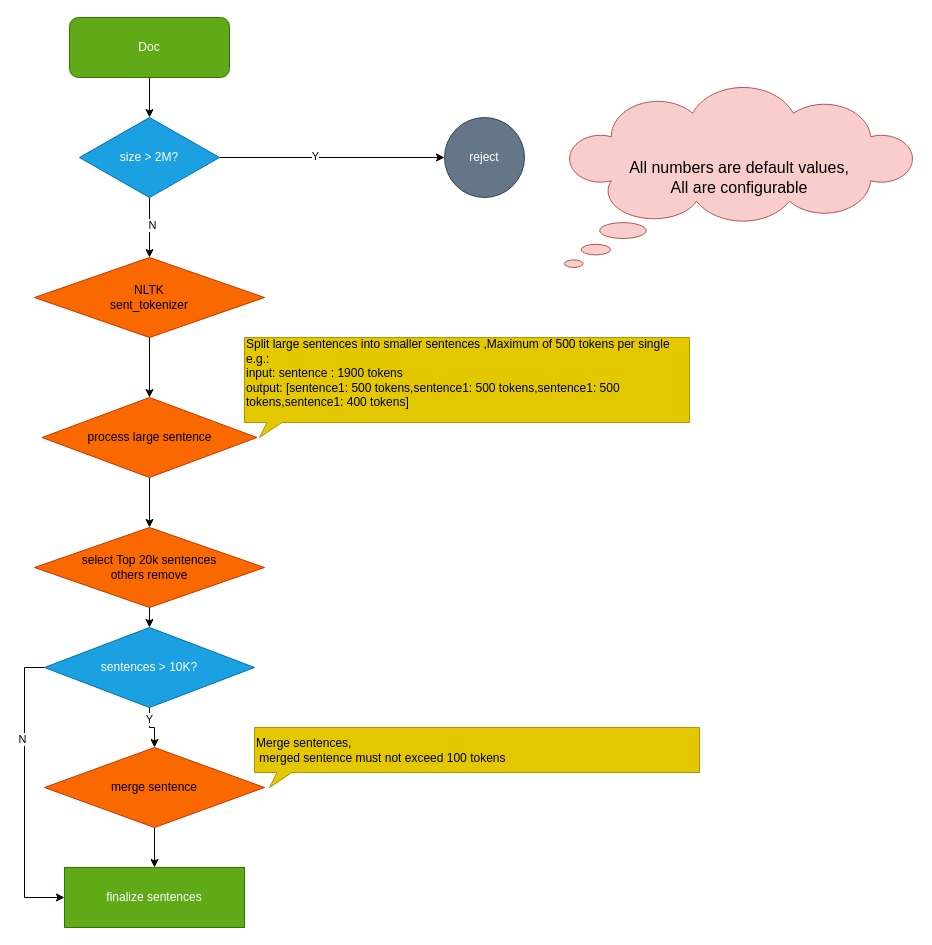
The draw.io diagram LLM/sentences.drawio in Ice-YcY/Diagram, before the edit. Source tidied: cells renumbered, new cells numbered last; positions are measured from the earlier drawing's top-left corner, leaving out a move shared by most shapes. Both pictures are drawn from the tidied source at 100%, with x=0, y=0 at pixel (34, 17).
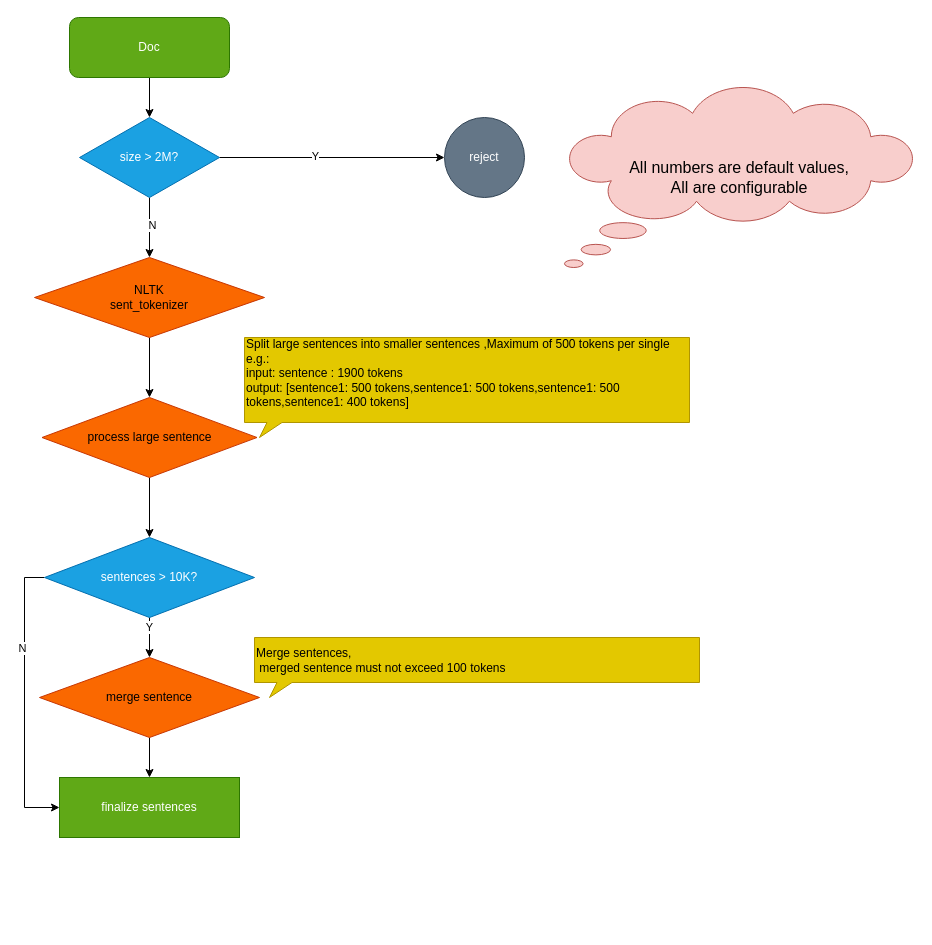
Above is the later version.

The change refers to these unchanged cells:
```xml
<mxCell id="13" value="process large sentence" style="rhombus;whiteSpace=wrap;html=1;fillColor=#fa6800;fontColor=#000000;strokeColor=#C73500;" parent="1" vertex="1">
  <mxGeometry x="7.5" y="380" width="215" height="80" as="geometry" />
</mxCell>
```

What changed in the source:
```diff
@@
-    <mxCell id="12" style="edgeStyle=orthogonalEdgeStyle;rounded=0;jettySize=auto;html=1;exitX=0.5;exitY=1;exitDx=0;exitDy=0;entryX=0.5;entryY=0;entryDx=0;entryDy=0;" parent="1" edge="1" source="13" target="16">
+    <mxCell id="12" style="edgeStyle=orthogonalEdgeStyle;rounded=0;jettySize=auto;html=1;exitX=0.5;exitY=1;exitDx=0;exitDy=0;entryX=0.5;entryY=0;entryDx=0;entryDy=0;" parent="1" edge="1" source="13" target="21">
       <mxGeometry relative="1" as="geometry" />
     </mxCell>
@@
-    <mxCell id="15" style="edgeStyle=orthogonalEdgeStyle;rounded=0;jettySize=auto;html=1;exitX=0.5;exitY=1;exitDx=0;exitDy=0;entryX=0.5;entryY=0;entryDx=0;entryDy=0;" parent="1" edge="1" source="16" target="21">
-      <mxGeometry relative="1" as="geometry" />
-    </mxCell>
-    <mxCell id="16" value="select Top 20k sentences&lt;div&gt;others remove&lt;/div&gt;" style="rhombus;whiteSpace=wrap;html=1;fillColor=#fa6800;fontColor=#000000;strokeColor=#C73500;" parent="1" vertex="1">
-      <mxGeometry y="510" width="230" height="80" as="geometry" />
-    </mxCell>
@@
     <mxCell id="21" value="sentences &amp;gt; 10K?" style="rhombus;whiteSpace=wrap;html=1;fillColor=#1ba1e2;fontColor=#ffffff;strokeColor=#006EAF;" parent="1" vertex="1">
-      <mxGeometry x="10" y="610" width="210" height="80" as="geometry" />
+      <mxGeometry x="10" y="520" width="210" height="80" as="geometry" />
     </mxCell>
@@
     <mxCell id="23" value="merge sentence" style="rhombus;whiteSpace=wrap;html=1;fillColor=#fa6800;fontColor=#000000;strokeColor=#C73500;" parent="1" vertex="1">
-      <mxGeometry x="10" y="730" width="220" height="80" as="geometry" />
+      <mxGeometry x="5" y="640" width="220" height="80" as="geometry" />
     </mxCell>
     <mxCell id="24" value="&lt;div&gt;Merge sentences,&amp;nbsp;&lt;/div&gt;&lt;div&gt;&amp;nbsp;merged sentence must not exceed 100 tokens&lt;br&gt;&lt;/div&gt;" style="whiteSpace=wrap;html=1;shape=mxgraph.basic.rectCallout;dx=30;dy=15;boundedLbl=1;align=left;fillColor=#e3c800;fontColor=#000000;strokeColor=#B09500;" parent="1" vertex="1">
-      <mxGeometry x="220" y="710" width="445" height="60" as="geometry" />
+      <mxGeometry x="220" y="620" width="445" height="60" as="geometry" />
     </mxCell>
     <mxCell id="25" value="finalize sentences" style="rounded=0;whiteSpace=wrap;html=1;fillColor=#60a917;fontColor=#ffffff;strokeColor=#2D7600;" parent="1" vertex="1">
-      <mxGeometry x="30" y="850" width="180" height="60" as="geometry" />
+      <mxGeometry x="25" y="760" width="180" height="60" as="geometry" />
     </mxCell>
```
